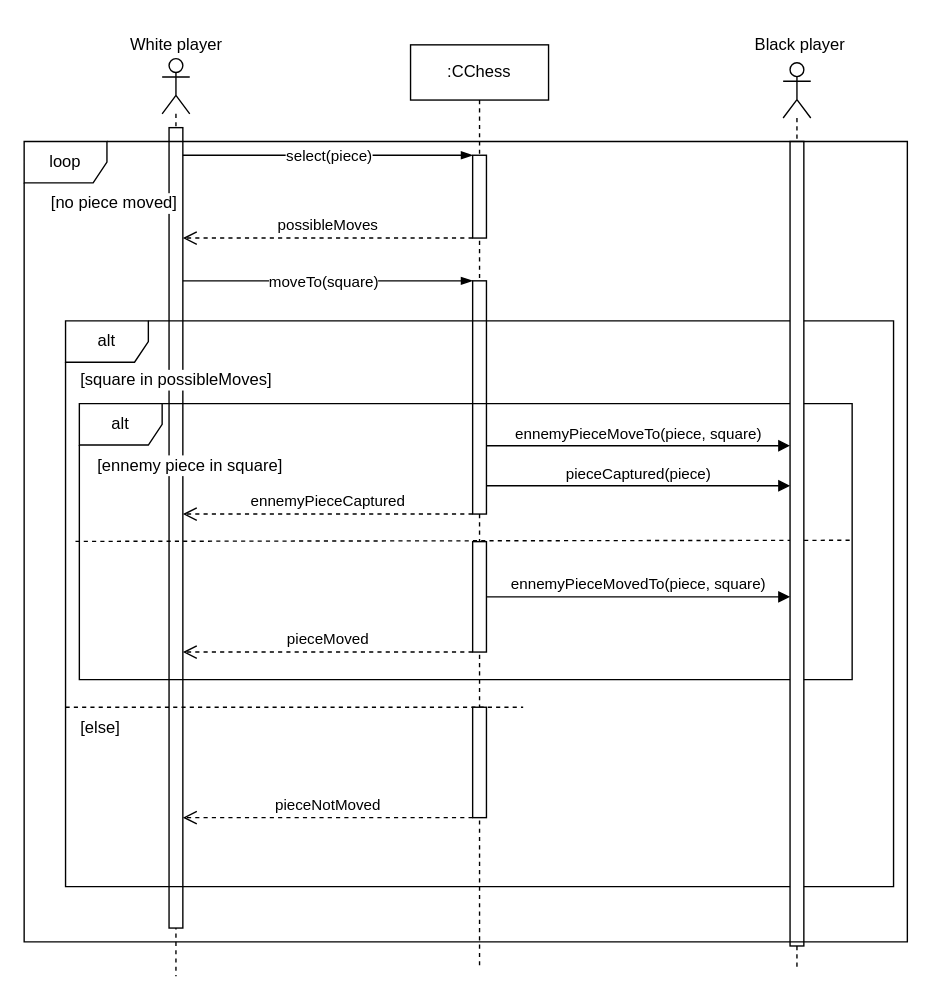
Before: page "Capture piece" (3 of 6) of Sequence Diagrams.drawio in MonsieurMK/CppChess, a draw.io diagram. Source tidied: cells renumbered, new cells numbered last; positions are measured from the earlier drawing's top-left corner, leaving out a move shared by most shapes. Both pictures are drawn from the tidied source at 138%, with x=0, y=0 at pixel (23, 23).
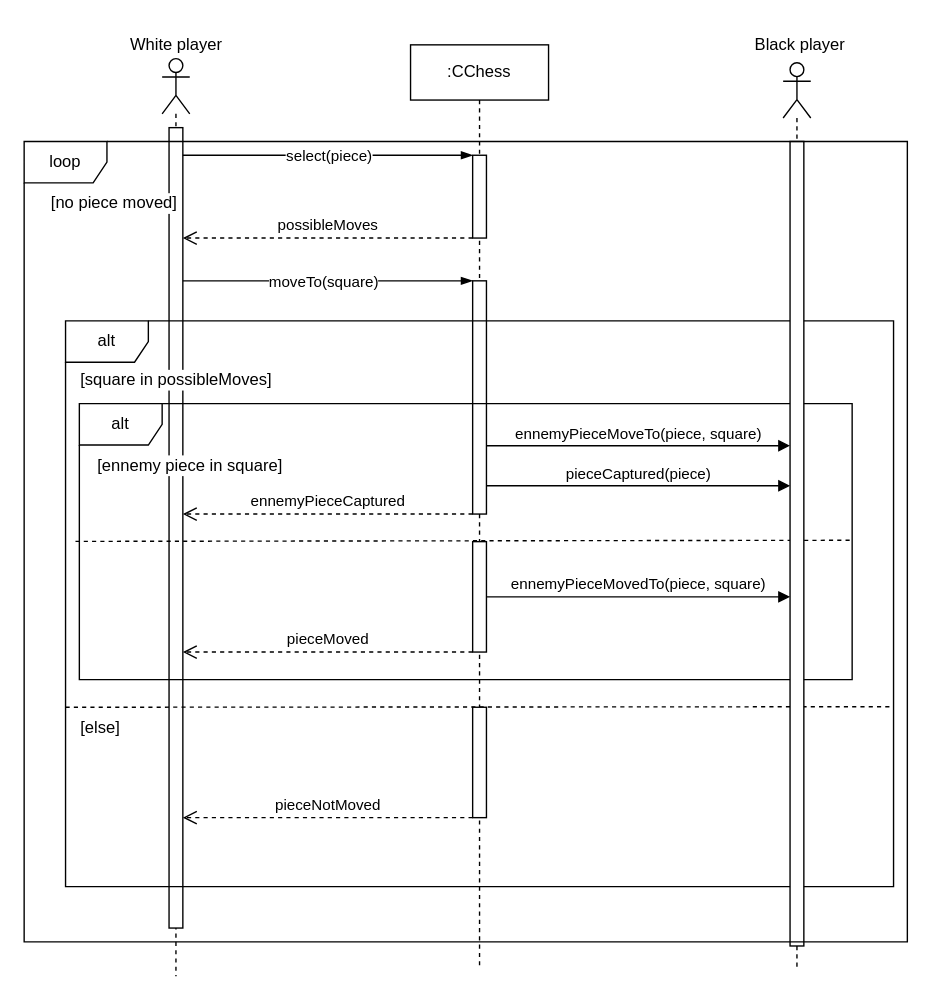
The same diagram, later.

Unchanged cells that the change refers to:
```xml
<mxCell id="2" style="group;" parent="1" vertex="1">
  <mxGeometry x="65" width="375" height="690" as="geometry" />
</mxCell>
<mxCell id="21" value="alt" style="shape=umlFrame;whiteSpace=wrap;html=1;" parent="1" vertex="1">
  <mxGeometry x="30" y="215" width="600" height="410" as="geometry" />
</mxCell>
```

What changed in the source:
```diff
@@
-    <mxCell id="7" style="endArrow=none;dashed=1;html=1;rounded=0;exitX=-0.005;exitY=0.497;exitDx=0;exitDy=0;exitPerimeter=0;entryX=1;entryY=0.497;entryDx=0;entryDy=0;entryPerimeter=0;" parent="2" edge="1">
+    <mxCell id="7" style="endArrow=none;dashed=1;html=1;rounded=0;exitX=-0.005;exitY=0.497;exitDx=0;exitDy=0;exitPerimeter=0;entryX=0.998;entryY=0.682;entryDx=0;entryDy=0;entryPerimeter=0;" parent="2" edge="1" target="21">
       <mxGeometry relative="1" as="geometry">
         <mxPoint x="-35" y="495" as="sourcePoint" />
-        <mxPoint x="296.6" y="495" as="targetPoint" />
       </mxGeometry>
     </mxCell>
```
